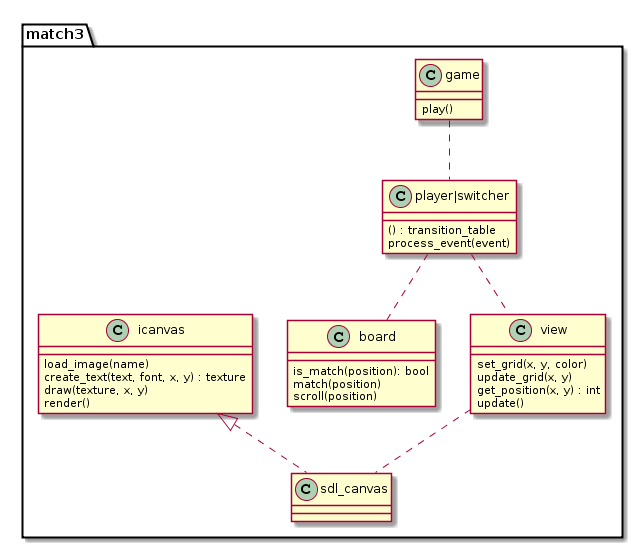
krzysztof-jusiak/match3 keeps this PlantUML diagram as docs/meetingcpp-2016/images/design.png. Above is the earlier version. Its diagram source:
```plantuml
@startuml
package "match3" {

class game {
  play()
}

class icanvas {
  load_image(name)
  create_text(text, font, x, y) : texture
  draw(texture, x, y)
  render()
}

class board {
  is_match(position): bool
  match(position)
  scroll(position)
}

class view {
  set_grid(x, y, color)
  update_grid(x, y)
  get_position(x, y) : int
  update()
}


class "player|switcher" {
  () : transition_table
  process_event(event)
}


game .. "player|switcher"
"player|switcher" .. view
"player|switcher" .. board
view .. sdl_canvas

icanvas <|.. sdl_canvas

}
@enduml
```
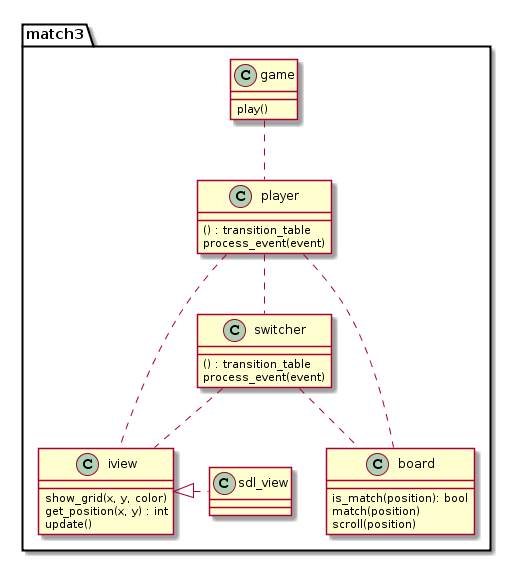
The same diagram one commit later.

What changed in the source:
```diff
@@ -3,13 +3,6 @@
 
 class game {
   play()
-}
-
-class icanvas {
-  load_image(name)
-  create_text(text, font, x, y) : texture
-  draw(texture, x, y)
-  render()
 }
 
 class board {
@@ -18,26 +11,30 @@
   scroll(position)
 }
 
-class view {
-  set_grid(x, y, color)
-  update_grid(x, y)
+class iview {
+  show_grid(x, y, color)
   get_position(x, y) : int
   update()
 }
 
 
-class "player|switcher" {
+class player {
   () : transition_table
   process_event(event)
 }
 
+class switcher {
+  () : transition_table
+  process_event(event)
+}
 
-game .. "player|switcher"
-"player|switcher" .. view
-"player|switcher" .. board
-view .. sdl_canvas
-
-icanvas <|.. sdl_canvas
+game .. player
+player .. switcher
+player .. iview
+player .. board
+switcher .. iview
+switcher .. board
+iview <|.right. sdl_view
 
 }
 @enduml
```
